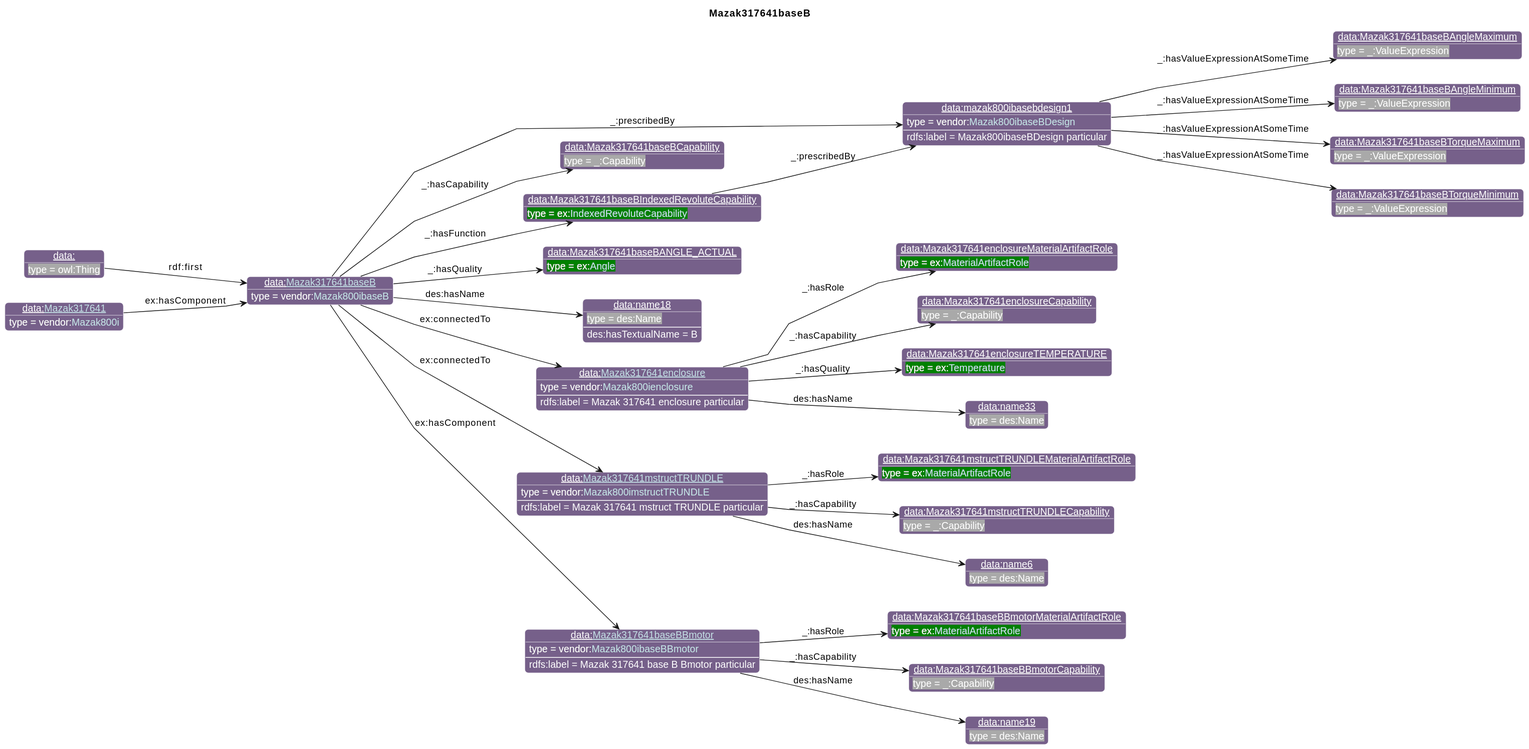
The PlantUML diagram diagrams/Mazak317641baseB.svg in iofoundry/example-syseng-mtconnect, before a commit.
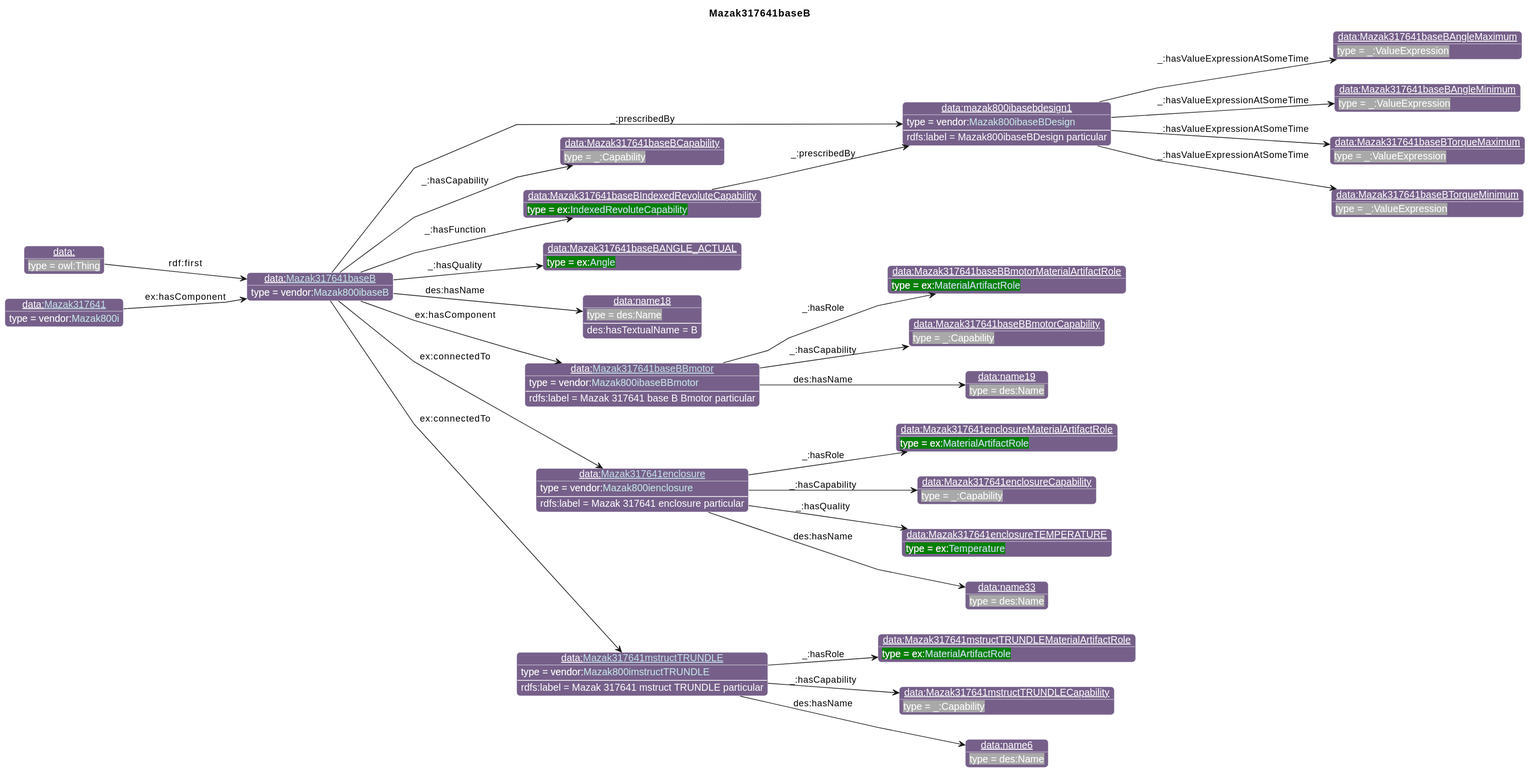
The same diagram one commit later.

The edit, as a diff of the source:
```diff
@@ -35,19 +35,19 @@
 individual(o7, data:Mazak317641baseBIndexedRevoluteCapability, ex:[[../Example.html#IndexedRevoluteCapability IndexedRevoluteCapability]])
 individual(o8, data:Mazak317641baseBANGLE_ACTUAL, ex:[[../Example.html#Angle Angle]])
 individual(o9, data:name18, des:Name)
-individual(o10, data:[[./Mazak317641enclosure.html Mazak317641enclosure]], vendor:[[../Mazak.html#Mazak800ienclosure Mazak800ienclosure]])
-individual(o11, data:Mazak317641enclosureMaterialArtifactRole, ex:[[../Example.html#MaterialArtifactRole MaterialArtifactRole]])
-individual(o12, data:Mazak317641enclosureCapability, _:Capability)
-individual(o13, data:Mazak317641enclosureTEMPERATURE, ex:[[../Example.html#Temperature Temperature]])
-individual(o14, data:name33, des:Name)
-individual(o15, data:[[./Mazak317641mstructTRUNDLE.html Mazak317641mstructTRUNDLE]], vendor:[[../Mazak.html#Mazak800imstructTRUNDLE Mazak800imstructTRUNDLE]])
-individual(o16, data:Mazak317641mstructTRUNDLEMaterialArtifactRole, ex:[[../Example.html#MaterialArtifactRole MaterialArtifactRole]])
-individual(o17, data:Mazak317641mstructTRUNDLECapability, _:Capability)
-individual(o18, data:name6, des:Name)
-individual(o19, data:[[./Mazak317641baseBBmotor.html Mazak317641baseBBmotor]], vendor:[[../Mazak.html#Mazak800ibaseBBmotor Mazak800ibaseBBmotor]])
-individual(o20, data:Mazak317641baseBBmotorMaterialArtifactRole, ex:[[../Example.html#MaterialArtifactRole MaterialArtifactRole]])
-individual(o21, data:Mazak317641baseBBmotorCapability, _:Capability)
-individual(o22, data:name19, des:Name)
+individual(o10, data:[[./Mazak317641baseBBmotor.html Mazak317641baseBBmotor]], vendor:[[../Mazak.html#Mazak800ibaseBBmotor Mazak800ibaseBBmotor]])
+individual(o11, data:Mazak317641baseBBmotorMaterialArtifactRole, ex:[[../Example.html#MaterialArtifactRole MaterialArtifactRole]])
+individual(o12, data:Mazak317641baseBBmotorCapability, _:Capability)
+individual(o13, data:name19, des:Name)
+individual(o14, data:[[./Mazak317641enclosure.html Mazak317641enclosure]], vendor:[[../Mazak.html#Mazak800ienclosure Mazak800ienclosure]])
+individual(o15, data:Mazak317641enclosureMaterialArtifactRole, ex:[[../Example.html#MaterialArtifactRole MaterialArtifactRole]])
+individual(o16, data:Mazak317641enclosureCapability, _:Capability)
+individual(o17, data:Mazak317641enclosureTEMPERATURE, ex:[[../Example.html#Temperature Temperature]])
+individual(o18, data:name33, des:Name)
+individual(o19, data:[[./Mazak317641mstructTRUNDLE.html Mazak317641mstructTRUNDLE]], vendor:[[../Mazak.html#Mazak800imstructTRUNDLE Mazak800imstructTRUNDLE]])
+individual(o20, data:Mazak317641mstructTRUNDLEMaterialArtifactRole, ex:[[../Example.html#MaterialArtifactRole MaterialArtifactRole]])
+individual(o21, data:Mazak317641mstructTRUNDLECapability, _:Capability)
+individual(o22, data:name6, des:Name)
 individual(o23, data:, owl:Thing)
 individual(o24, data:[[./Mazak317641.html Mazak317641]], vendor:[[../Mazak.html#Mazak800i Mazak800i]])
 property(o0, "_:prescribedBy", o1)
@@ -62,19 +62,19 @@
 property(o0, "_:hasQuality", o8)
 property(o0, "des:hasName", o9)
 data(o9, "des:hasTextualName", "B")
-property(o0, "ex:connectedTo", o10)
-data(o10, "rdfs:label", "Mazak 317641 enclosure particular")
+property(o0, "ex:hasComponent", o10)
+data(o10, "rdfs:label", "Mazak 317641 base B Bmotor particular")
 property(o10, "_:hasRole", o11)
 property(o10, "_:hasCapability", o12)
-property(o10, "_:hasQuality", o13)
-property(o10, "des:hasName", o14)
-property(o0, "ex:connectedTo", o15)
-data(o15, "rdfs:label", "Mazak 317641 mstruct TRUNDLE particular")
-property(o15, "_:hasRole", o16)
-property(o15, "_:hasCapability", o17)
-property(o15, "des:hasName", o18)
-property(o0, "ex:hasComponent", o19)
-data(o19, "rdfs:label", "Mazak 317641 base B Bmotor particular")
+property(o10, "des:hasName", o13)
+property(o0, "ex:connectedTo", o14)
+data(o14, "rdfs:label", "Mazak 317641 enclosure particular")
+property(o14, "_:hasRole", o15)
+property(o14, "_:hasCapability", o16)
+property(o14, "_:hasQuality", o17)
+property(o14, "des:hasName", o18)
+property(o0, "ex:connectedTo", o19)
+data(o19, "rdfs:label", "Mazak 317641 mstruct TRUNDLE particular")
 property(o19, "_:hasRole", o20)
 property(o19, "_:hasCapability", o21)
 property(o19, "des:hasName", o22)
```
